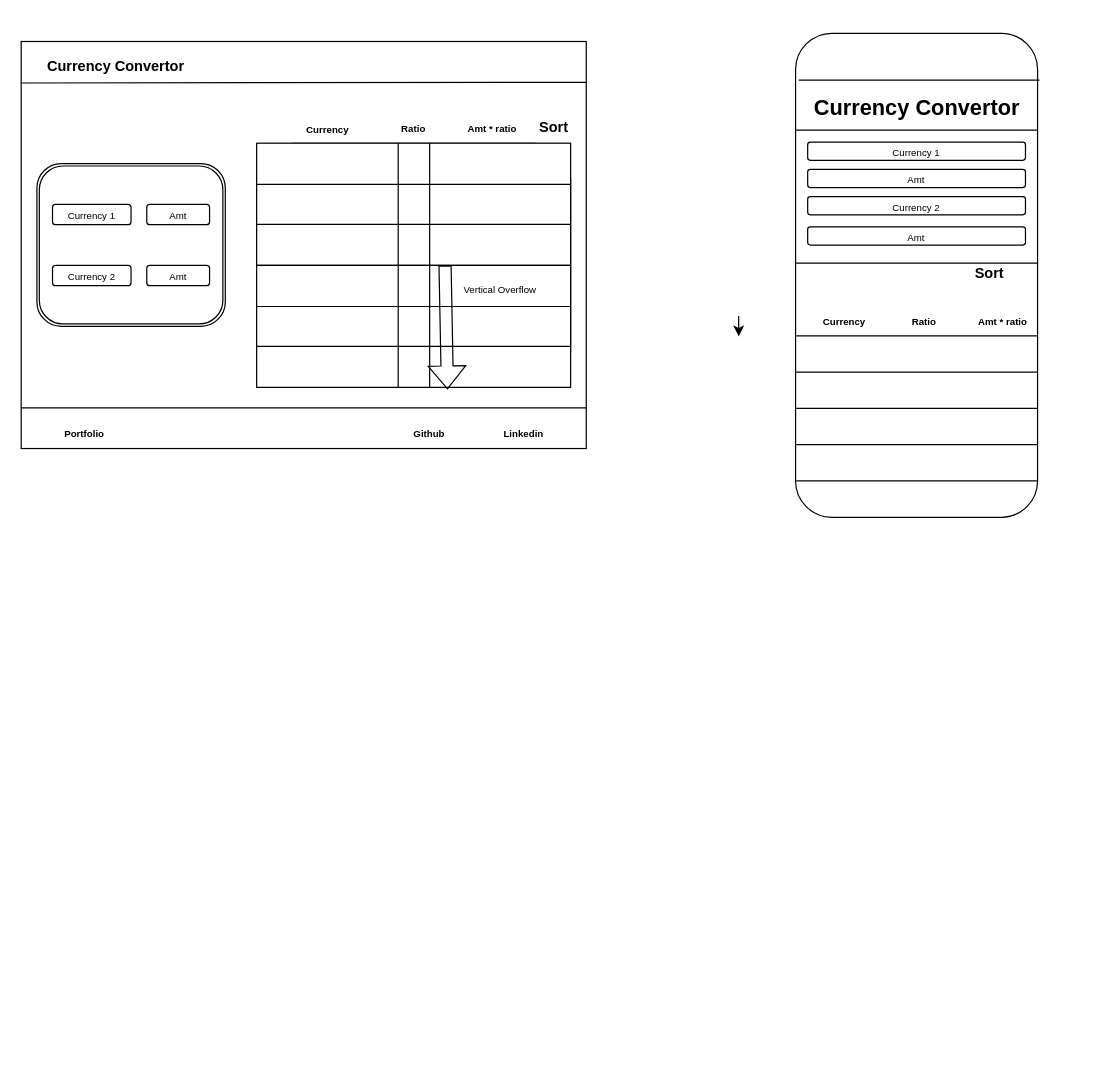
This is currency-convertor.drawio from sydg1t/currency-convertor, a draw.io file, before an edit. Source tidied: cells renumbered, new cells numbered last; positions are measured from the earlier drawing's top-left corner, leaving out a move shared by most shapes. Both pictures are drawn from the tidied source at 121%, with x=0, y=0 at pixel (21, 21).
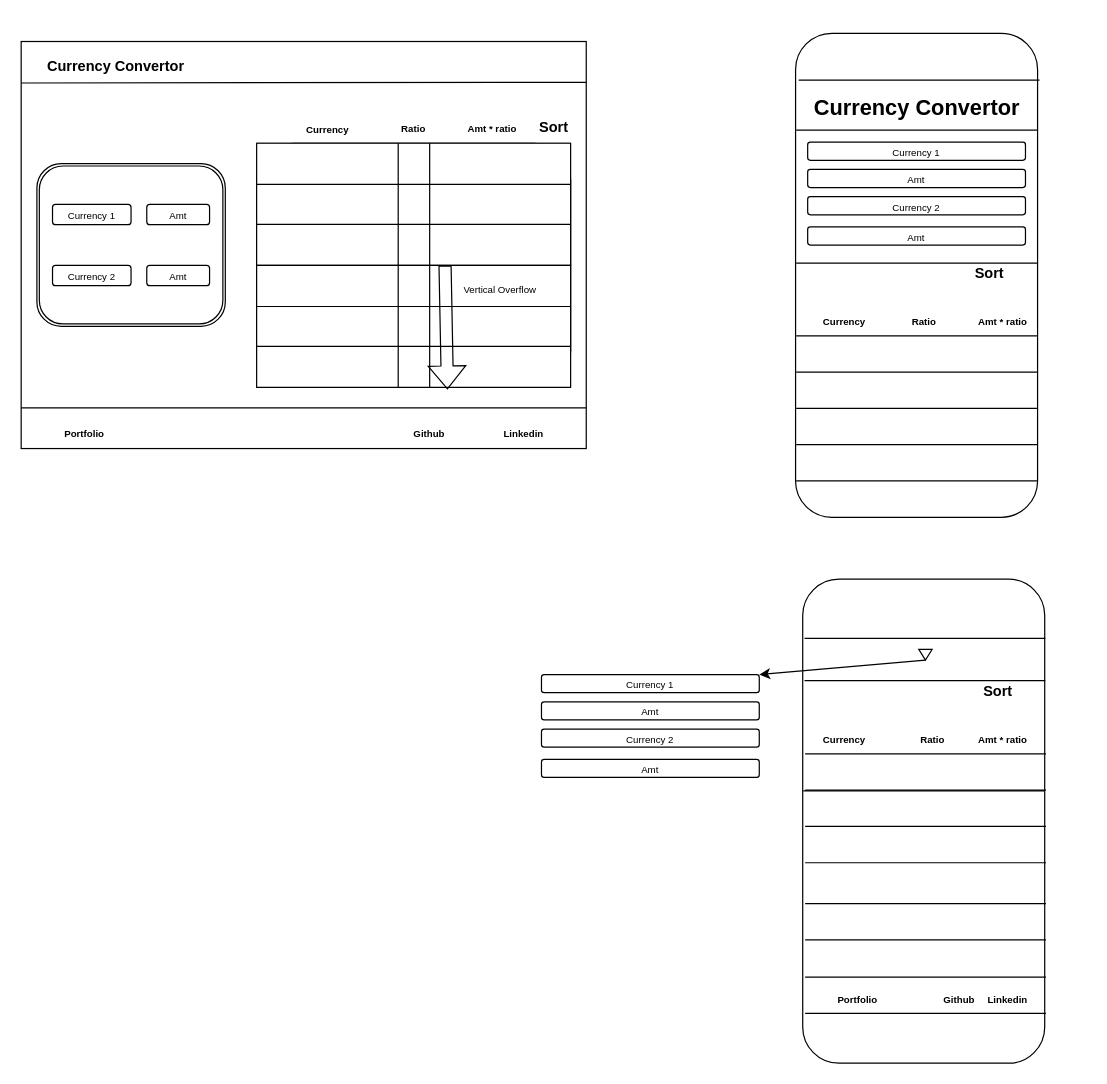
The same page after the edit.

The edit, as a diff of the source:
```diff
@@
-    <mxCell id="64" style="edgeStyle=orthogonalEdgeStyle;rounded=0;orthogonalLoop=1;jettySize=auto;html=1;" parent="1" edge="1">
-      <mxGeometry relative="1" as="geometry">
-        <mxPoint x="593" y="243.6" as="sourcePoint" />
-        <mxPoint x="593" y="260.5" as="targetPoint" />
-      </mxGeometry>
-    </mxCell>
@@
+    <mxCell id="68" style="rounded=1;whiteSpace=wrap;html=1;rotation=-90;" parent="1" vertex="1">
+      <mxGeometry x="545.9" y="561.2" width="400" height="200" as="geometry" />
+    </mxCell>
+    <mxCell id="69" style="endArrow=none;html=1;rounded=0;entryX=0.903;entryY=1.008;entryDx=0;entryDy=0;entryPerimeter=0;exitX=0.903;exitY=0.013;exitDx=0;exitDy=0;exitPerimeter=0;" parent="1" edge="1">
+      <mxGeometry relative="1" as="geometry">
+        <mxPoint x="647.4" y="510" as="sourcePoint" />
+        <mxPoint x="846.4" y="510" as="targetPoint" />
+      </mxGeometry>
+    </mxCell>
+    <mxCell id="70" value="&lt;font style=&quot;font-size: 12px;&quot;&gt;Sort&lt;/font&gt;" style="text;strokeColor=none;fillColor=none;html=1;fontSize=24;fontStyle=1;verticalAlign=middle;align=center;" parent="1" vertex="1">
+      <mxGeometry x="756.9" y="530" width="100" height="40" as="geometry" />
+    </mxCell>
+    <mxCell id="71" style="endArrow=none;html=1;rounded=0;entryX=0.903;entryY=1.008;entryDx=0;entryDy=0;entryPerimeter=0;exitX=0.903;exitY=0.013;exitDx=0;exitDy=0;exitPerimeter=0;" parent="1" edge="1">
+      <mxGeometry relative="1" as="geometry">
+        <mxPoint x="647.4" y="545" as="sourcePoint" />
+        <mxPoint x="846.4" y="545" as="targetPoint" />
+      </mxGeometry>
+    </mxCell>
+    <mxCell id="72" style="endArrow=none;html=1;rounded=0;entryX=0.903;entryY=1.008;entryDx=0;entryDy=0;entryPerimeter=0;exitX=0.903;exitY=0.013;exitDx=0;exitDy=0;exitPerimeter=0;" parent="1" edge="1">
+      <mxGeometry relative="1" as="geometry">
+        <mxPoint x="646.4" y="636.2" as="sourcePoint" />
+        <mxPoint x="845.4" y="636.2" as="targetPoint" />
+      </mxGeometry>
+    </mxCell>
+    <mxCell id="73" style="endArrow=none;html=1;rounded=0;entryX=0.903;entryY=1.008;entryDx=0;entryDy=0;entryPerimeter=0;exitX=0.903;exitY=0.013;exitDx=0;exitDy=0;exitPerimeter=0;" parent="1" edge="1">
+      <mxGeometry relative="1" as="geometry">
+        <mxPoint x="647.9" y="605.5" as="sourcePoint" />
+        <mxPoint x="846.9" y="605.5" as="targetPoint" />
+      </mxGeometry>
+    </mxCell>
+    <mxCell id="74" style="endArrow=none;html=1;rounded=0;entryX=0.903;entryY=1.008;entryDx=0;entryDy=0;entryPerimeter=0;exitX=0.903;exitY=0.013;exitDx=0;exitDy=0;exitPerimeter=0;" parent="1" edge="1">
+      <mxGeometry relative="1" as="geometry">
+        <mxPoint x="647.9" y="635.5" as="sourcePoint" />
+        <mxPoint x="846.9" y="635.5" as="targetPoint" />
+      </mxGeometry>
+    </mxCell>
+    <mxCell id="75" style="endArrow=none;html=1;rounded=0;entryX=0.903;entryY=1.008;entryDx=0;entryDy=0;entryPerimeter=0;exitX=0.903;exitY=0.013;exitDx=0;exitDy=0;exitPerimeter=0;" parent="1" edge="1">
+      <mxGeometry relative="1" as="geometry">
+        <mxPoint x="647.9" y="665.5" as="sourcePoint" />
+        <mxPoint x="846.9" y="665.5" as="targetPoint" />
+      </mxGeometry>
+    </mxCell>
+    <mxCell id="76" style="endArrow=none;html=1;rounded=0;entryX=0.903;entryY=1.008;entryDx=0;entryDy=0;entryPerimeter=0;exitX=0.903;exitY=0.013;exitDx=0;exitDy=0;exitPerimeter=0;" parent="1" edge="1">
+      <mxGeometry relative="1" as="geometry">
+        <mxPoint x="647.9" y="695.5" as="sourcePoint" />
+        <mxPoint x="846.9" y="695.5" as="targetPoint" />
+      </mxGeometry>
+    </mxCell>
+    <mxCell id="77" value="&lt;font style=&quot;font-size: 8px;&quot;&gt;Ratio&lt;/font&gt;" style="text;strokeColor=none;fillColor=none;html=1;fontSize=24;fontStyle=1;verticalAlign=middle;align=center;" parent="1" vertex="1">
+      <mxGeometry x="726.9" y="571.8" width="51.9" height="33.6" as="geometry" />
+    </mxCell>
+    <mxCell id="78" style="endArrow=none;html=1;rounded=0;entryX=0.903;entryY=1.008;entryDx=0;entryDy=0;entryPerimeter=0;exitX=0.903;exitY=0.013;exitDx=0;exitDy=0;exitPerimeter=0;" parent="1" edge="1">
+      <mxGeometry relative="1" as="geometry">
+        <mxPoint x="647.9" y="759.3" as="sourcePoint" />
+        <mxPoint x="846.9" y="759.3" as="targetPoint" />
+      </mxGeometry>
+    </mxCell>
+    <mxCell id="79" style="endArrow=none;html=1;rounded=0;entryX=0.903;entryY=1.008;entryDx=0;entryDy=0;entryPerimeter=0;exitX=0.903;exitY=0.013;exitDx=0;exitDy=0;exitPerimeter=0;" parent="1" edge="1">
+      <mxGeometry relative="1" as="geometry">
+        <mxPoint x="647.9" y="729.3" as="sourcePoint" />
+        <mxPoint x="846.9" y="729.3" as="targetPoint" />
+      </mxGeometry>
+    </mxCell>
+    <mxCell id="80" value="&lt;font style=&quot;font-size: 8px;&quot;&gt;Currency&lt;/font&gt;" style="text;strokeColor=none;fillColor=none;html=1;fontSize=24;fontStyle=1;verticalAlign=middle;align=center;" parent="1" vertex="1">
+      <mxGeometry x="630" y="568.6" width="100" height="40" as="geometry" />
+    </mxCell>
+    <mxCell id="81" value="&lt;font style=&quot;font-size: 8px;&quot;&gt;Amt * ratio&lt;/font&gt;" style="text;strokeColor=none;fillColor=none;html=1;fontSize=24;fontStyle=1;verticalAlign=middle;align=center;" parent="1" vertex="1">
+      <mxGeometry x="745.9" y="555" width="129.7" height="67.3" as="geometry" />
+    </mxCell>
+    <mxCell id="82" style="triangle;whiteSpace=wrap;html=1;rotation=90;" parent="1" vertex="1">
+      <mxGeometry x="742.9" y="518" width="8.9" height="11.1" as="geometry" />
+    </mxCell>
+    <mxCell id="83" value="&lt;font style=&quot;font-size: 8px;&quot;&gt;Amt&lt;/font&gt;" style="rounded=1;whiteSpace=wrap;html=1;" parent="1" vertex="1">
+      <mxGeometry x="430" y="610" width="180" height="15" as="geometry" />
+    </mxCell>
+    <mxCell id="84" style="group;" parent="1" vertex="1">
+      <mxGeometry x="430" y="540" width="180" height="60" as="geometry" />
+    </mxCell>
+    <mxCell id="85" value="&lt;font style=&quot;font-size: 8px;&quot;&gt;Currency 2&lt;br&gt;&lt;/font&gt;" style="rounded=1;whiteSpace=wrap;html=1;" parent="84" vertex="1">
+      <mxGeometry y="45" width="180" height="15" as="geometry" />
+    </mxCell>
+    <mxCell id="86" value="&lt;font style=&quot;font-size: 8px;&quot;&gt;Currency 1&lt;/font&gt;" style="rounded=1;whiteSpace=wrap;html=1;" parent="84" vertex="1">
+      <mxGeometry width="180" height="15" as="geometry" />
+    </mxCell>
+    <mxCell id="87" value="&lt;font style=&quot;font-size: 8px;&quot;&gt;Amt&lt;/font&gt;" style="rounded=1;whiteSpace=wrap;html=1;" parent="84" vertex="1">
+      <mxGeometry y="22.5" width="180" height="15" as="geometry" />
+    </mxCell>
+    <mxCell id="88" style="endArrow=classic;html=1;rounded=0;exitX=1;exitY=0.5;exitDx=0;exitDy=0;entryX=1;entryY=0;entryDx=0;entryDy=0;" parent="1" edge="1" source="82" target="86">
+      <mxGeometry relative="1" as="geometry" />
+    </mxCell>
+    <mxCell id="89" style="endArrow=none;html=1;rounded=0;entryX=0.903;entryY=1.008;entryDx=0;entryDy=0;entryPerimeter=0;exitX=0.903;exitY=0.013;exitDx=0;exitDy=0;exitPerimeter=0;" parent="1" edge="1">
+      <mxGeometry relative="1" as="geometry">
+        <mxPoint x="647.9" y="820" as="sourcePoint" />
+        <mxPoint x="846.9" y="820" as="targetPoint" />
+      </mxGeometry>
+    </mxCell>
+    <mxCell id="90" style="endArrow=none;html=1;rounded=0;entryX=0.903;entryY=1.008;entryDx=0;entryDy=0;entryPerimeter=0;exitX=0.903;exitY=0.013;exitDx=0;exitDy=0;exitPerimeter=0;" parent="1" edge="1">
+      <mxGeometry relative="1" as="geometry">
+        <mxPoint x="647.9" y="790" as="sourcePoint" />
+        <mxPoint x="846.9" y="790" as="targetPoint" />
+      </mxGeometry>
+    </mxCell>
+    <mxCell id="91" value="&lt;font style=&quot;font-size: 8px;&quot;&gt;Github&lt;/font&gt;" style="text;strokeColor=none;fillColor=none;html=1;fontSize=24;fontStyle=1;verticalAlign=middle;align=center;" parent="1" vertex="1">
+      <mxGeometry x="710" y="770" width="129.7" height="67.3" as="geometry" />
+    </mxCell>
+    <mxCell id="92" value="&lt;font style=&quot;font-size: 8px;&quot;&gt;Linkedin&lt;/font&gt;" style="text;strokeColor=none;fillColor=none;html=1;fontSize=24;fontStyle=1;verticalAlign=middle;align=center;" parent="1" vertex="1">
+      <mxGeometry x="750" y="770" width="129.7" height="67.3" as="geometry" />
+    </mxCell>
+    <mxCell id="93" value="&lt;font style=&quot;font-size: 8px;&quot;&gt;Portfolio&lt;/font&gt;" style="text;strokeColor=none;fillColor=none;html=1;fontSize=24;fontStyle=1;verticalAlign=middle;align=center;" parent="1" vertex="1">
+      <mxGeometry x="639.1" y="786.8" width="103.8" height="33.6" as="geometry" />
+    </mxCell>
```
